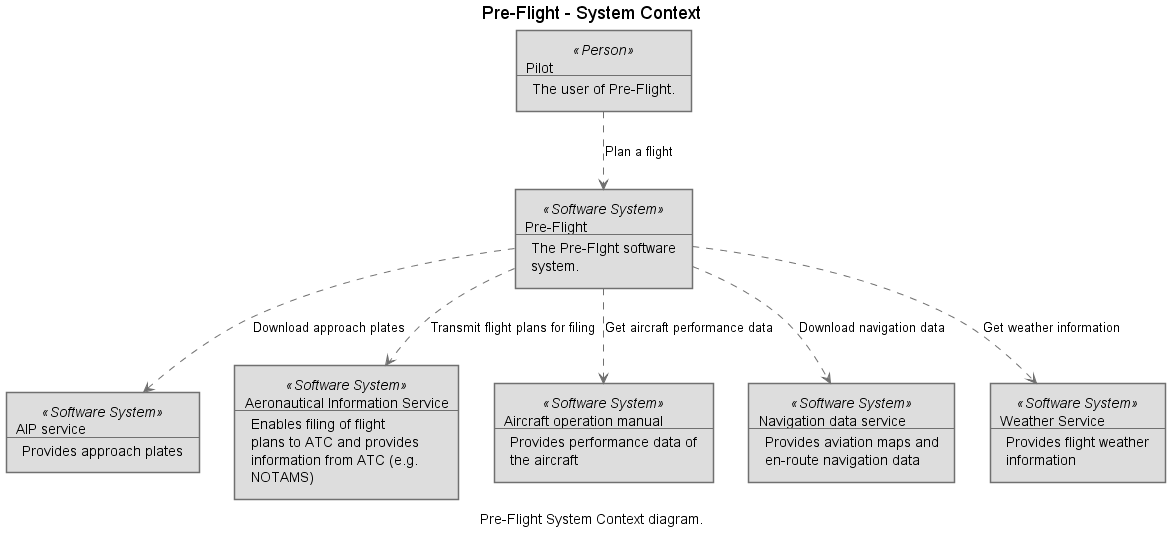
Above: de.rdnp.preflight.architecture/doc/Pre-Flight - System Context.png in rdnp/pre-flight (PlantUML), before the change. Source of this version:
```plantuml
@startuml(id=SystemContext)
scale max 2000x2000
title Pre-Flight - System Context
caption Pre-Flight System Context diagram.

skinparam {
  shadowing false
  arrowColor #707070
  actorBorderColor #707070
  componentBorderColor #707070
  rectangleBorderColor #707070
  noteBackgroundColor #ffffff
  noteBorderColor #707070
}
rectangle 1 <<Person>> #dddddd [
  Pilot
  --
  The user of Pre-Flight.
]
rectangle 5 <<Software System>> #dddddd [
  AIP service
  --
  Provides approach plates
]
rectangle 4 <<Software System>> #dddddd [
  Aeronautical Information Service
  --
  Enables filing of flight
  plans to ATC and provides
  information from ATC (e.g.
  NOTAMS)
]
rectangle 7 <<Software System>> #dddddd [
  Aircraft operation manual
  --
  Provides performance data of
  the aircraft
]
rectangle 6 <<Software System>> #dddddd [
  Navigation data service
  --
  Provides aviation maps and
  en-route navigation data
]
rectangle 2 <<Software System>> #dddddd [
  Pre-Flight
  --
  The Pre-Flght software
  system.
]
rectangle 3 <<Software System>> #dddddd [
  Weather Service
  --
  Provides flight weather
  information
]
1 .[#707070].> 2 : Plan a flight
2 .[#707070].> 5 : Download approach plates
2 .[#707070].> 4 : Transmit flight plans for filing
2 .[#707070].> 7 : Get aircraft performance data
2 .[#707070].> 6 : Download navigation data
2 .[#707070].> 3 : Get weather information
@enduml
```
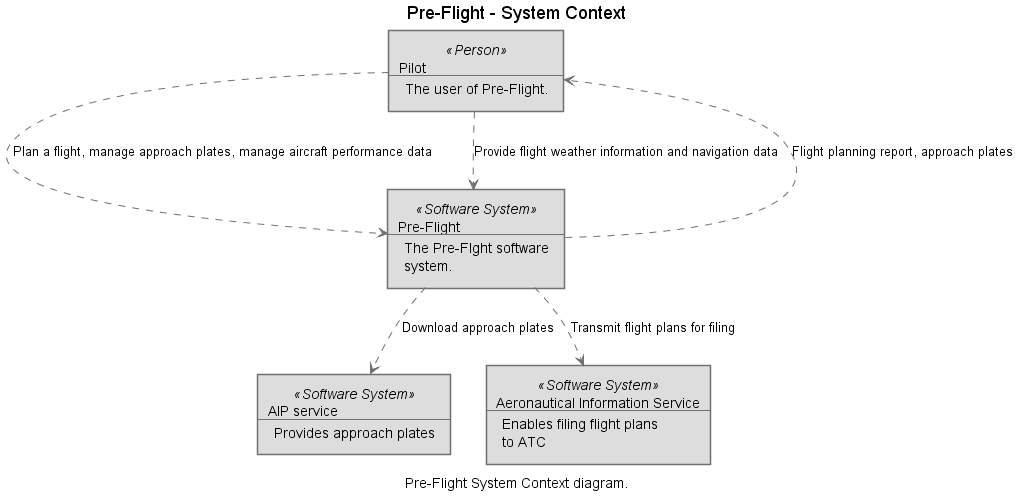
After the commit.

Commit message:
Adding architecture overview document - initial version

Change to the diagram source:
```diff
@@ -17,30 +17,16 @@
   --
   The user of Pre-Flight.
 ]
-rectangle 5 <<Software System>> #dddddd [
+rectangle 4 <<Software System>> #dddddd [
   AIP service
   --
   Provides approach plates
 ]
-rectangle 4 <<Software System>> #dddddd [
+rectangle 3 <<Software System>> #dddddd [
   Aeronautical Information Service
   --
-  Enables filing of flight
-  plans to ATC and provides
-  information from ATC (e.g.
-  NOTAMS)
-]
-rectangle 7 <<Software System>> #dddddd [
-  Aircraft operation manual
-  --
-  Provides performance data of
-  the aircraft
-]
-rectangle 6 <<Software System>> #dddddd [
-  Navigation data service
-  --
-  Provides aviation maps and
-  en-route navigation data
+  Enables filing flight plans
+  to ATC
 ]
 rectangle 2 <<Software System>> #dddddd [
   Pre-Flight
@@ -48,16 +34,9 @@
   The Pre-Flght software
   system.
 ]
-rectangle 3 <<Software System>> #dddddd [
-  Weather Service
-  --
-  Provides flight weather
-  information
-]
-1 .[#707070].> 2 : Plan a flight
-2 .[#707070].> 5 : Download approach plates
-2 .[#707070].> 4 : Transmit flight plans for filing
-2 .[#707070].> 7 : Get aircraft performance data
-2 .[#707070].> 6 : Download navigation data
-2 .[#707070].> 3 : Get weather information
+1 .[#707070].> 2 : Plan a flight, manage approach plates, manage aircraft performance data
+1 .[#707070].> 2 : Provide flight weather information and navigation data
+2 .[#707070].> 4 : Download approach plates
+2 .[#707070].> 3 : Transmit flight plans for filing
+2 .[#707070].> 1 : Flight planning report, approach plates
 @enduml
```
